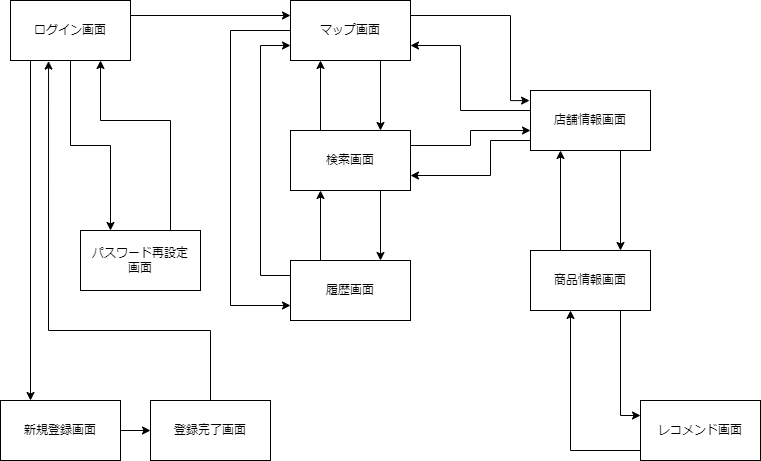
The draw.io diagram 画面遷移図/消費者側画面遷移図.png in Pyama1013/Sotsu.Gamen, before a commit. Source tidied: cells renumbered, new cells last; positions are measured from the earlier drawing's top-left corner, leaving out a move shared by most shapes. Source of this version:
```xml
<mxGraphModel>
  <root>
    <mxCell id="0" />
    <mxCell id="1" parent="0" />
    <mxCell id="2" style="edgeStyle=orthogonalEdgeStyle;rounded=0;jettySize=auto;html=1;exitX=1;exitY=0.25;exitDx=0;exitDy=0;entryX=0;entryY=0.25;entryDx=0;entryDy=0;" parent="1" edge="1" target="6">
      <mxGeometry relative="1" as="geometry">
        <mxPoint x="130" y="15" as="sourcePoint" />
      </mxGeometry>
    </mxCell>
    <mxCell id="3" style="edgeStyle=orthogonalEdgeStyle;rounded=0;jettySize=auto;html=1;exitX=1;exitY=0.25;exitDx=0;exitDy=0;entryX=-0.008;entryY=0.168;entryDx=0;entryDy=0;entryPerimeter=0;" parent="1" edge="1" source="6" target="10">
      <mxGeometry relative="1" as="geometry">
        <Array as="points">
          <mxPoint x="510" y="15" />
          <mxPoint x="510" y="100" />
        </Array>
      </mxGeometry>
    </mxCell>
    <mxCell id="4" style="edgeStyle=orthogonalEdgeStyle;rounded=0;jettySize=auto;html=1;exitX=0.75;exitY=1;exitDx=0;exitDy=0;entryX=0.75;entryY=0;entryDx=0;entryDy=0;" parent="1" edge="1" source="6" target="20">
      <mxGeometry relative="1" as="geometry" />
    </mxCell>
    <mxCell id="5" style="edgeStyle=orthogonalEdgeStyle;rounded=0;jettySize=auto;html=1;exitX=0;exitY=0.5;exitDx=0;exitDy=0;entryX=0;entryY=0.75;entryDx=0;entryDy=0;" parent="1" edge="1" source="6" target="16">
      <mxGeometry relative="1" as="geometry">
        <Array as="points">
          <mxPoint x="230" y="30" />
          <mxPoint x="230" y="305" />
        </Array>
      </mxGeometry>
    </mxCell>
    <mxCell id="6" value="マップ画面" style="rounded=0;whiteSpace=wrap;html=1;" parent="1" vertex="1">
      <mxGeometry x="290" width="120" height="60" as="geometry" />
    </mxCell>
    <mxCell id="7" style="edgeStyle=orthogonalEdgeStyle;rounded=0;jettySize=auto;html=1;exitX=0;exitY=0.75;exitDx=0;exitDy=0;entryX=1;entryY=0.75;entryDx=0;entryDy=0;" parent="1" edge="1" source="10" target="6">
      <mxGeometry relative="1" as="geometry">
        <Array as="points">
          <mxPoint x="530" y="110" />
          <mxPoint x="460" y="110" />
          <mxPoint x="460" y="45" />
        </Array>
      </mxGeometry>
    </mxCell>
    <mxCell id="8" style="edgeStyle=orthogonalEdgeStyle;rounded=0;jettySize=auto;html=1;exitX=0.75;exitY=1;exitDx=0;exitDy=0;entryX=0.75;entryY=0;entryDx=0;entryDy=0;" parent="1" edge="1" source="10" target="13">
      <mxGeometry relative="1" as="geometry" />
    </mxCell>
    <mxCell id="9" style="edgeStyle=orthogonalEdgeStyle;rounded=0;jettySize=auto;html=1;exitX=0;exitY=1;exitDx=0;exitDy=0;entryX=1;entryY=0.75;entryDx=0;entryDy=0;" parent="1" edge="1" source="10" target="20">
      <mxGeometry relative="1" as="geometry">
        <Array as="points">
          <mxPoint x="530" y="140" />
          <mxPoint x="490" y="140" />
          <mxPoint x="490" y="175" />
        </Array>
      </mxGeometry>
    </mxCell>
    <mxCell id="10" value="店舗情報画面" style="rounded=0;whiteSpace=wrap;html=1;" parent="1" vertex="1">
      <mxGeometry x="530" y="90" width="120" height="60" as="geometry" />
    </mxCell>
    <mxCell id="11" style="edgeStyle=orthogonalEdgeStyle;rounded=0;jettySize=auto;html=1;exitX=0.25;exitY=0;exitDx=0;exitDy=0;entryX=0.25;entryY=1;entryDx=0;entryDy=0;" parent="1" edge="1" source="13" target="10">
      <mxGeometry relative="1" as="geometry" />
    </mxCell>
    <mxCell id="12" style="edgeStyle=orthogonalEdgeStyle;rounded=0;jettySize=auto;html=1;exitX=0.75;exitY=1;exitDx=0;exitDy=0;entryX=0;entryY=0.25;entryDx=0;entryDy=0;" parent="1" edge="1" source="13" target="22">
      <mxGeometry relative="1" as="geometry" />
    </mxCell>
    <mxCell id="13" value="商品情報画面" style="rounded=0;whiteSpace=wrap;html=1;" parent="1" vertex="1">
      <mxGeometry x="530" y="250" width="120" height="60" as="geometry" />
    </mxCell>
    <mxCell id="14" style="edgeStyle=orthogonalEdgeStyle;rounded=0;jettySize=auto;html=1;exitX=0.25;exitY=0;exitDx=0;exitDy=0;entryX=0.25;entryY=1;entryDx=0;entryDy=0;" parent="1" edge="1" source="16" target="20">
      <mxGeometry relative="1" as="geometry" />
    </mxCell>
    <mxCell id="15" style="edgeStyle=orthogonalEdgeStyle;rounded=0;jettySize=auto;html=1;exitX=0;exitY=0.25;exitDx=0;exitDy=0;entryX=0;entryY=0.75;entryDx=0;entryDy=0;" parent="1" edge="1" source="16" target="6">
      <mxGeometry relative="1" as="geometry">
        <Array as="points">
          <mxPoint x="260" y="275" />
          <mxPoint x="260" y="45" />
        </Array>
      </mxGeometry>
    </mxCell>
    <mxCell id="16" value="履歴画面" style="rounded=0;whiteSpace=wrap;html=1;" parent="1" vertex="1">
      <mxGeometry x="290" y="260" width="120" height="60" as="geometry" />
    </mxCell>
    <mxCell id="17" style="edgeStyle=orthogonalEdgeStyle;rounded=0;jettySize=auto;html=1;exitX=1;exitY=0.25;exitDx=0;exitDy=0;" parent="1" edge="1" source="20">
      <mxGeometry relative="1" as="geometry">
        <mxPoint x="530" y="130" as="targetPoint" />
        <Array as="points">
          <mxPoint x="470" y="145" />
          <mxPoint x="470" y="130" />
          <mxPoint x="530" y="130" />
        </Array>
      </mxGeometry>
    </mxCell>
    <mxCell id="18" style="edgeStyle=orthogonalEdgeStyle;rounded=0;jettySize=auto;html=1;exitX=0.25;exitY=0;exitDx=0;exitDy=0;entryX=0.25;entryY=1;entryDx=0;entryDy=0;" parent="1" edge="1" source="20" target="6">
      <mxGeometry relative="1" as="geometry" />
    </mxCell>
    <mxCell id="19" style="edgeStyle=orthogonalEdgeStyle;rounded=0;jettySize=auto;html=1;exitX=0.75;exitY=1;exitDx=0;exitDy=0;entryX=0.75;entryY=0;entryDx=0;entryDy=0;" parent="1" edge="1" source="20" target="16">
      <mxGeometry relative="1" as="geometry" />
    </mxCell>
    <mxCell id="20" value="検索画面" style="rounded=0;whiteSpace=wrap;html=1;" parent="1" vertex="1">
      <mxGeometry x="290" y="130" width="120" height="60" as="geometry" />
    </mxCell>
    <mxCell id="21" style="edgeStyle=orthogonalEdgeStyle;rounded=0;jettySize=auto;html=1;exitX=0;exitY=0.5;exitDx=0;exitDy=0;" parent="1" edge="1" source="22">
      <mxGeometry relative="1" as="geometry">
        <mxPoint x="570" y="310" as="targetPoint" />
        <Array as="points">
          <mxPoint x="640" y="450" />
          <mxPoint x="570" y="450" />
          <mxPoint x="570" y="310" />
        </Array>
      </mxGeometry>
    </mxCell>
    <mxCell id="22" value="レコメンド画面" style="rounded=0;whiteSpace=wrap;html=1;" parent="1" vertex="1">
      <mxGeometry x="640" y="400" width="120" height="60" as="geometry" />
    </mxCell>
    <mxCell id="23" style="edgeStyle=orthogonalEdgeStyle;rounded=0;jettySize=auto;html=1;exitX=0.5;exitY=1;exitDx=0;exitDy=0;entryX=0.25;entryY=0;entryDx=0;entryDy=0;" parent="1" edge="1" source="25" target="31">
      <mxGeometry relative="1" as="geometry" />
    </mxCell>
    <mxCell id="24" style="edgeStyle=orthogonalEdgeStyle;rounded=0;jettySize=auto;html=1;exitX=0.25;exitY=1;exitDx=0;exitDy=0;entryX=0.25;entryY=0;entryDx=0;entryDy=0;" parent="1" edge="1" source="25" target="27">
      <mxGeometry relative="1" as="geometry">
        <Array as="points">
          <mxPoint x="30" y="60" />
        </Array>
      </mxGeometry>
    </mxCell>
    <mxCell id="25" value="ログイン画面" style="rounded=0;whiteSpace=wrap;html=1;" parent="1" vertex="1">
      <mxGeometry x="10" width="120" height="60" as="geometry" />
    </mxCell>
    <mxCell id="26" style="edgeStyle=orthogonalEdgeStyle;rounded=0;jettySize=auto;html=1;exitX=1;exitY=0.5;exitDx=0;exitDy=0;entryX=0;entryY=0.5;entryDx=0;entryDy=0;" parent="1" edge="1" source="27" target="29">
      <mxGeometry relative="1" as="geometry" />
    </mxCell>
    <mxCell id="27" value="新規登録画面" style="rounded=0;whiteSpace=wrap;html=1;" parent="1" vertex="1">
      <mxGeometry y="400" width="120" height="60" as="geometry" />
    </mxCell>
    <mxCell id="28" style="edgeStyle=orthogonalEdgeStyle;rounded=0;jettySize=auto;html=1;exitX=0.5;exitY=0;exitDx=0;exitDy=0;entryX=0.317;entryY=1.01;entryDx=0;entryDy=0;entryPerimeter=0;" parent="1" edge="1" source="29" target="25">
      <mxGeometry relative="1" as="geometry">
        <Array as="points">
          <mxPoint x="210" y="330" />
          <mxPoint x="48" y="330" />
        </Array>
      </mxGeometry>
    </mxCell>
    <mxCell id="29" value="登録完了画面" style="rounded=0;whiteSpace=wrap;html=1;" parent="1" vertex="1">
      <mxGeometry x="150" y="400" width="120" height="60" as="geometry" />
    </mxCell>
    <mxCell id="30" style="edgeStyle=orthogonalEdgeStyle;rounded=0;jettySize=auto;html=1;exitX=0.75;exitY=0;exitDx=0;exitDy=0;entryX=0.75;entryY=1;entryDx=0;entryDy=0;" parent="1" edge="1" source="31" target="25">
      <mxGeometry relative="1" as="geometry">
        <Array as="points">
          <mxPoint x="170" y="120" />
          <mxPoint x="100" y="120" />
        </Array>
      </mxGeometry>
    </mxCell>
    <mxCell id="31" value="パスワード再設定&lt;br&gt;画面" style="rounded=0;whiteSpace=wrap;html=1;" parent="1" vertex="1">
      <mxGeometry x="80" y="230" width="120" height="60" as="geometry" />
    </mxCell>
  </root>
</mxGraphModel>
```
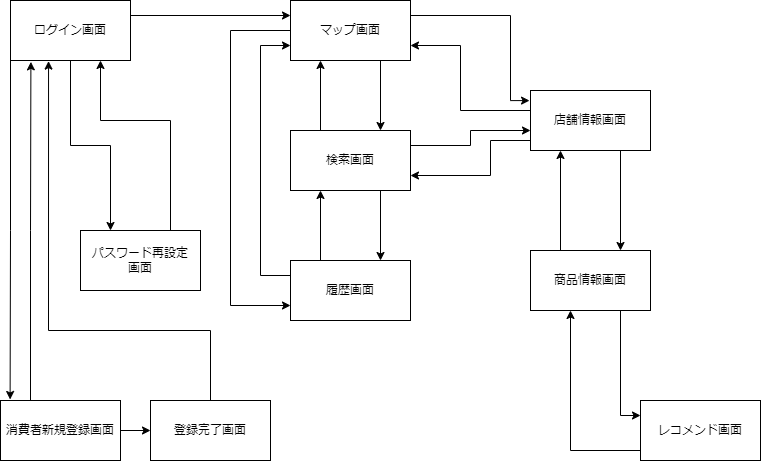
The same file after the commit.

Commit message:
消費者側画面遷移図.png を更新します

The edit, as a diff of the source:
```diff
@@ -111,12 +111,8 @@
     <mxCell id="23" style="edgeStyle=orthogonalEdgeStyle;rounded=0;jettySize=auto;html=1;exitX=0.5;exitY=1;exitDx=0;exitDy=0;entryX=0.25;entryY=0;entryDx=0;entryDy=0;" parent="1" edge="1" source="25" target="31">
       <mxGeometry relative="1" as="geometry" />
     </mxCell>
-    <mxCell id="24" style="edgeStyle=orthogonalEdgeStyle;rounded=0;jettySize=auto;html=1;exitX=0.25;exitY=1;exitDx=0;exitDy=0;entryX=0.25;entryY=0;entryDx=0;entryDy=0;" parent="1" edge="1" source="25" target="27">
-      <mxGeometry relative="1" as="geometry">
-        <Array as="points">
-          <mxPoint x="30" y="60" />
-        </Array>
-      </mxGeometry>
+    <mxCell id="24" style="edgeStyle=orthogonalEdgeStyle;rounded=0;jettySize=auto;html=1;exitX=0;exitY=1;exitDx=0;exitDy=0;entryX=0.08;entryY=-0.017;entryDx=0;entryDy=0;entryPerimeter=0;fontSize=12;" parent="1" edge="1" source="25" target="27">
+      <mxGeometry relative="1" as="geometry" />
     </mxCell>
     <mxCell id="25" value="ログイン画面" style="rounded=0;whiteSpace=wrap;html=1;" parent="1" vertex="1">
       <mxGeometry x="10" width="120" height="60" as="geometry" />
@@ -124,7 +120,10 @@
     <mxCell id="26" style="edgeStyle=orthogonalEdgeStyle;rounded=0;jettySize=auto;html=1;exitX=1;exitY=0.5;exitDx=0;exitDy=0;entryX=0;entryY=0.5;entryDx=0;entryDy=0;" parent="1" edge="1" source="27" target="29">
       <mxGeometry relative="1" as="geometry" />
     </mxCell>
+    <mxCell id="32" style="edgeStyle=orthogonalEdgeStyle;rounded=0;jettySize=auto;html=1;exitX=0.25;exitY=0;exitDx=0;exitDy=0;entryX=0.17;entryY=1.023;entryDx=0;entryDy=0;entryPerimeter=0;fontSize=12;" parent="1" edge="1" source="27" target="25">
+      <mxGeometry relative="1" as="geometry" />
+    </mxCell>
-    <mxCell id="27" value="新規登録画面" style="rounded=0;whiteSpace=wrap;html=1;" parent="1" vertex="1">
+    <mxCell id="27" value="消費者新規登録画面" style="rounded=0;whiteSpace=wrap;html=1;" parent="1" vertex="1">
       <mxGeometry y="400" width="120" height="60" as="geometry" />
     </mxCell>
     <mxCell id="28" style="edgeStyle=orthogonalEdgeStyle;rounded=0;jettySize=auto;html=1;exitX=0.5;exitY=0;exitDx=0;exitDy=0;entryX=0.317;entryY=1.01;entryDx=0;entryDy=0;entryPerimeter=0;" parent="1" edge="1" source="29" target="25">
```
